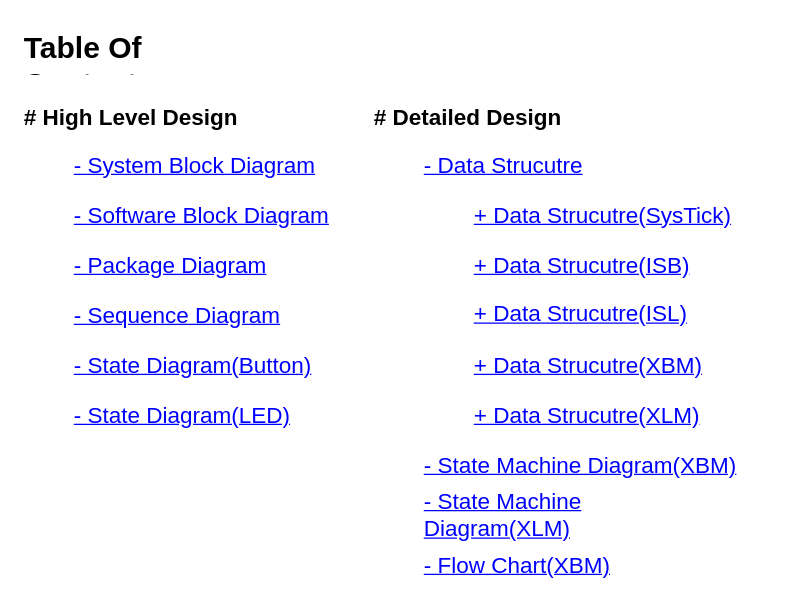
Earlier version of the draw.io diagram page "TOC" (1 of 16) of Document/GSL_Diagram.drawio (gtuja/GSL). Source tidied: cells renumbered, new cells numbered last; positions are measured from the earlier drawing's top-left corner, leaving out a move shared by most shapes. Both pictures are drawn from the tidied source at 125%, with x=0, y=0 at pixel (21, 21).
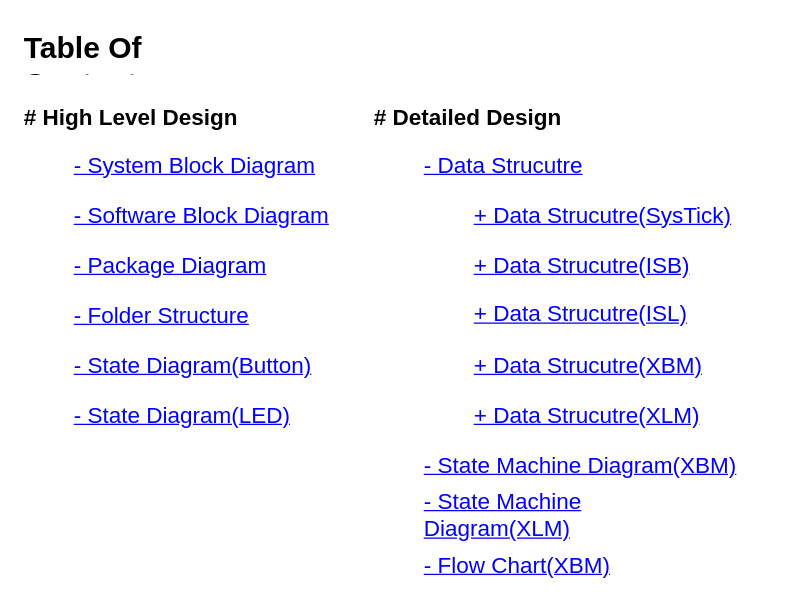
The same page after the edit.

The edit, as a diff of the source:
```diff
@@
 <mxGraphModel>
   <root>
     <mxCell id="0" />
     <mxCell id="1" parent="0" />
     <mxCell id="2" value="&lt;h1 style=&quot;margin-top: 0px;&quot;&gt;Table Of Contents&lt;/h1&gt;" style="text;html=1;whiteSpace=wrap;overflow=hidden;rounded=0;fontFamily=Calibri;" parent="1" vertex="1">
       <mxGeometry width="200" height="40" as="geometry" />
     </mxCell>
     <mxCell id="3" value="- System Block Diagram" style="text;html=1;align=left;verticalAlign=middle;whiteSpace=wrap;rounded=0;fontStyle=4;fontFamily=Calibri;fontSize=18;fontColor=#0000FF;" parent="1" vertex="1">
       <mxGeometry x="40" y="100" width="240" height="30" as="geometry" />
     </mxCell>
     <mxCell id="4" value="- Software Block Diagram" style="text;html=1;align=left;verticalAlign=middle;whiteSpace=wrap;rounded=0;fontStyle=4;fontFamily=Calibri;fontSize=18;fontColor=#0000FF;" parent="1" vertex="1">
       <mxGeometry x="40" y="140" width="240" height="30" as="geometry" />
     </mxCell>
     <mxCell id="5" value="- Package Diagram" style="text;html=1;align=left;verticalAlign=middle;whiteSpace=wrap;rounded=0;fontStyle=4;fontFamily=Calibri;fontSize=18;fontColor=#0000FF;" parent="1" vertex="1">
       <mxGeometry x="40" y="180" width="240" height="30" as="geometry" />
     </mxCell>
-    <mxCell id="6" value="- Sequence Diagram" style="text;html=1;align=left;verticalAlign=middle;whiteSpace=wrap;rounded=0;fontStyle=4;fontFamily=Calibri;fontSize=18;fontColor=#0000FF;" parent="1" vertex="1">
+    <mxCell id="6" value="- Folder Structure" style="text;html=1;align=left;verticalAlign=middle;whiteSpace=wrap;rounded=0;fontStyle=4;fontFamily=Calibri;fontSize=18;fontColor=#0000FF;" parent="1" vertex="1">
       <mxGeometry x="40" y="220" width="240" height="30" as="geometry" />
     </mxCell>
     <mxCell id="7" value="- Data Strucutre" style="text;html=1;align=left;verticalAlign=middle;whiteSpace=wrap;rounded=0;fontStyle=4;fontFamily=Calibri;fontSize=18;fontColor=#0000FF;" parent="1" vertex="1">
       <mxGeometry x="320" y="100" width="240" height="30" as="geometry" />
     </mxCell>
     <mxCell id="8" value="+ Data Strucutre(SysTick)" style="text;html=1;align=left;verticalAlign=middle;whiteSpace=wrap;rounded=0;fontStyle=4;fontFamily=Calibri;fontSize=18;fontColor=#0000FF;" parent="1" vertex="1">
       <mxGeometry x="360" y="140" width="240" height="30" as="geometry" />
     </mxCell>
     <mxCell id="9" value="+ Data Strucutre(ISB)" style="text;html=1;align=left;verticalAlign=middle;whiteSpace=wrap;rounded=0;fontStyle=4;fontFamily=Calibri;fontSize=18;fontColor=#0000FF;" parent="1" vertex="1">
       <mxGeometry x="360" y="180" width="240" height="30" as="geometry" />
     </mxCell>
     <mxCell id="10" value="+ Data Strucutre(ISL)" style="text;html=1;align=left;verticalAlign=middle;whiteSpace=wrap;rounded=0;fontStyle=4;fontFamily=Calibri;fontSize=18;fontColor=#0000FF;" parent="1" vertex="1">
       <mxGeometry x="360" y="218.5" width="240" height="30" as="geometry" />
     </mxCell>
     <mxCell id="11" value="+ Data Strucutre(XBM)" style="text;html=1;align=left;verticalAlign=middle;whiteSpace=wrap;rounded=0;fontStyle=4;fontFamily=Calibri;fontSize=18;fontColor=#0000FF;" parent="1" vertex="1">
       <mxGeometry x="360" y="260" width="240" height="30" as="geometry" />
     </mxCell>
     <mxCell id="12" value="+ Data Strucutre(XLM)" style="text;html=1;align=left;verticalAlign=middle;whiteSpace=wrap;rounded=0;fontStyle=4;fontFamily=Calibri;fontSize=18;fontColor=#0000FF;" parent="1" vertex="1">
       <mxGeometry x="360" y="300" width="240" height="30" as="geometry" />
     </mxCell>
     <mxCell id="13" value="- State Diagram(Button)" style="text;html=1;align=left;verticalAlign=middle;whiteSpace=wrap;rounded=0;fontStyle=4;fontFamily=Calibri;fontSize=18;fontColor=#0000FF;" parent="1" vertex="1">
       <mxGeometry x="40" y="260" width="240" height="30" as="geometry" />
     </mxCell>
     <mxCell id="14" value="- State Diagram(LED)" style="text;html=1;align=left;verticalAlign=middle;whiteSpace=wrap;rounded=0;fontStyle=4;fontFamily=Calibri;fontSize=18;fontColor=#0000FF;" parent="1" vertex="1">
       <mxGeometry x="40" y="300" width="240" height="30" as="geometry" />
     </mxCell>
     <mxCell id="15" value="- Flow Chart(XBM)" style="text;html=1;align=left;verticalAlign=middle;whiteSpace=wrap;rounded=0;fontStyle=4;fontFamily=Calibri;fontSize=18;fontColor=#0000FF;" parent="1" vertex="1">
       <mxGeometry x="320" y="420" width="240" height="30" as="geometry" />
     </mxCell>
     <mxCell id="16" value="&lt;h1 style=&quot;margin-top: 0px; font-size: 18px;&quot;&gt;# High Level Design&lt;/h1&gt;" style="text;html=1;whiteSpace=wrap;overflow=hidden;rounded=0;fontFamily=Calibri;fontSize=18;verticalAlign=top;" parent="1" vertex="1">
       <mxGeometry y="60" width="240" height="40" as="geometry" />
     </mxCell>
     <mxCell id="17" value="&lt;h1 style=&quot;margin-top: 0px; font-size: 18px;&quot;&gt;# Detailed Design&lt;/h1&gt;" style="text;html=1;whiteSpace=wrap;overflow=hidden;rounded=0;fontFamily=Calibri;fontSize=18;verticalAlign=top;" parent="1" vertex="1">
       <mxGeometry x="280" y="60" width="240" height="40" as="geometry" />
     </mxCell>
     <mxCell id="18" value="- State Machine Diagram(XBM)" style="text;html=1;align=left;verticalAlign=middle;whiteSpace=wrap;rounded=0;fontStyle=4;fontFamily=Calibri;fontSize=18;fontColor=#0000FF;" parent="1" vertex="1">
       <mxGeometry x="320" y="340" width="280" height="30" as="geometry" />
     </mxCell>
     <mxCell id="19" value="- State Machine Diagram(XLM)" style="text;html=1;align=left;verticalAlign=middle;whiteSpace=wrap;rounded=0;fontStyle=4;fontFamily=Calibri;fontSize=18;fontColor=#0000FF;" parent="1" vertex="1">
       <mxGeometry x="320" y="380" width="240" height="30" as="geometry" />
     </mxCell>
   </root>
 </mxGraphModel>
```
